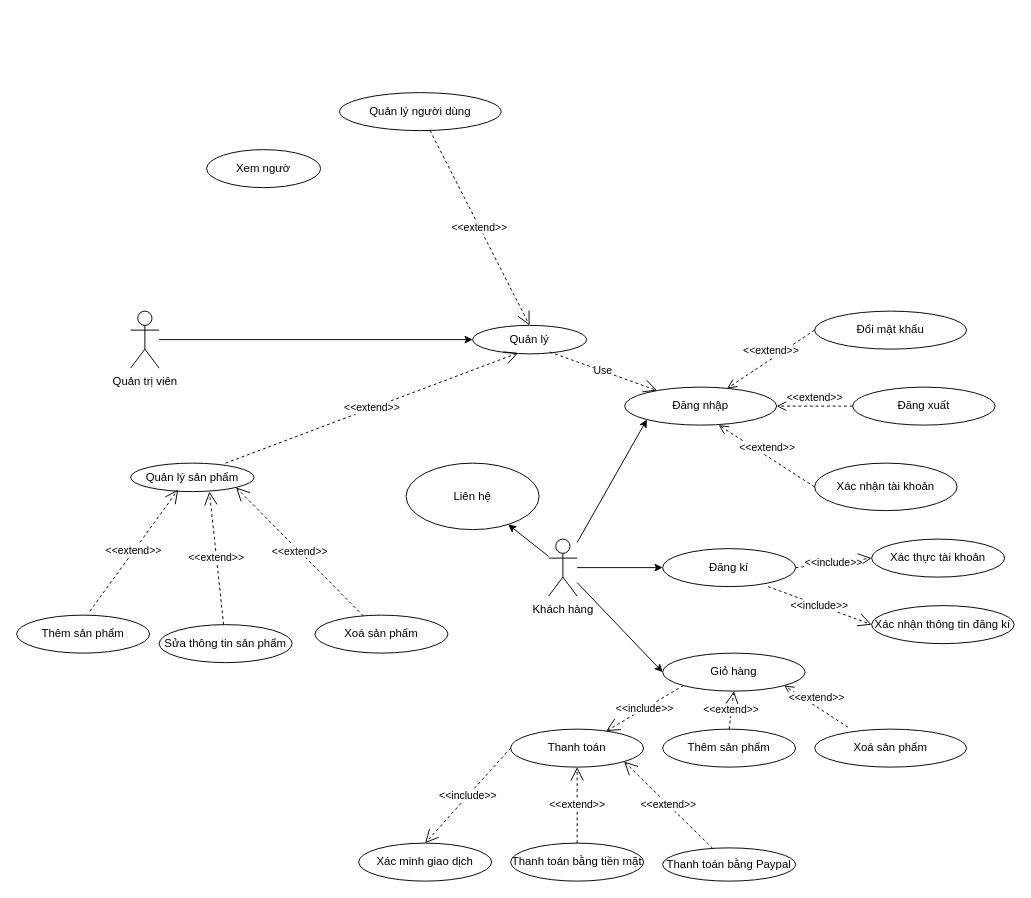
The draw.io diagram page "use case tổng quát" (1 of 29) of Biểu đồ không có tiêu đề.drawio in anhduy7723/api_auth, before the edit. Source tidied: cells renumbered, new cells numbered last; positions are measured from the earlier drawing's top-left corner, leaving out a move shared by most shapes. Both pictures are drawn from the tidied source at 95%, with x=0, y=0 at pixel (16, 92).
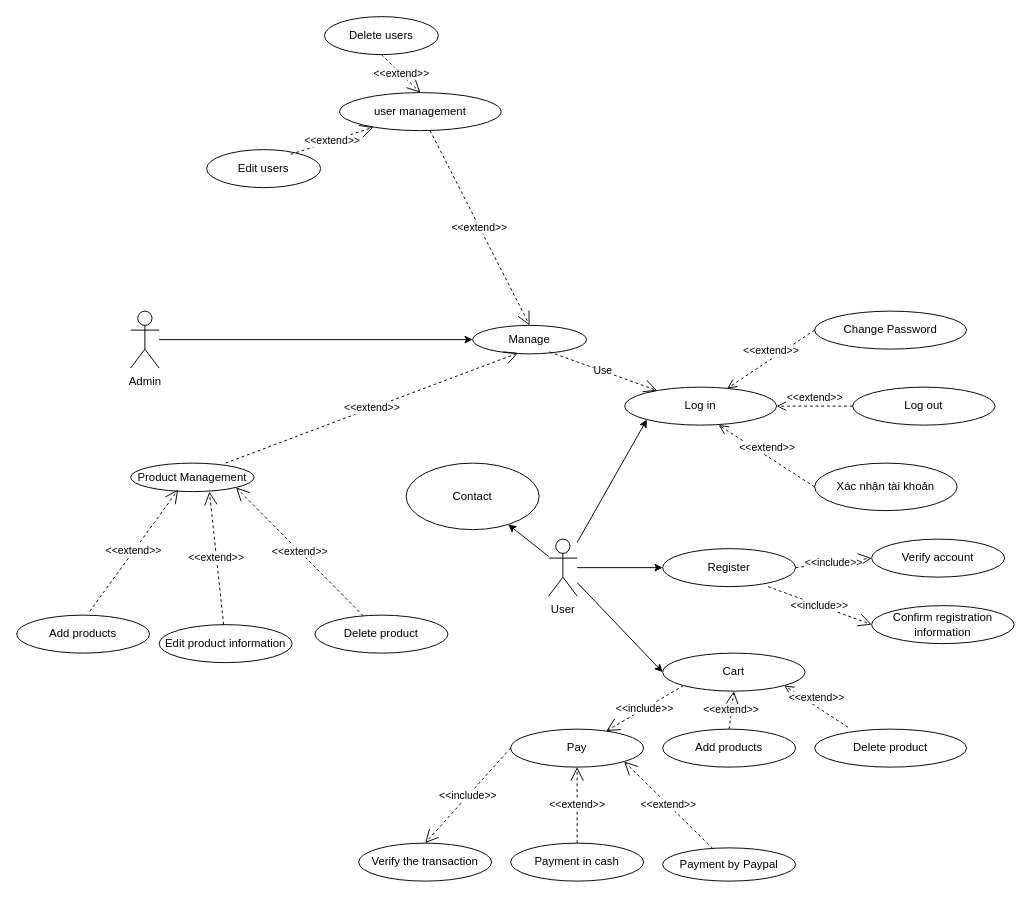
The same page after the edit.

Change to the diagram source:
```diff
@@
-    <mxCell id="3" value="Quản trị viên" style="shape=umlActor;verticalLabelPosition=bottom;verticalAlign=top;html=1;outlineConnect=0;" parent="1" vertex="1">
+    <mxCell id="3" value="Admin" style="shape=umlActor;verticalLabelPosition=bottom;verticalAlign=top;html=1;outlineConnect=0;" parent="1" vertex="1">
       <mxGeometry x="120" y="230" width="30" height="60" as="geometry" />
     </mxCell>
-    <mxCell id="4" value="Quản lý" style="ellipse;whiteSpace=wrap;html=1;" parent="1" vertex="1">
+    <mxCell id="4" value="Manage" style="ellipse;whiteSpace=wrap;html=1;" parent="1" vertex="1">
       <mxGeometry x="480" y="245" width="120" height="30" as="geometry" />
     </mxCell>
-    <mxCell id="5" value="Quản lý sản phẩm" style="ellipse;whiteSpace=wrap;html=1;" parent="1" vertex="1">
+    <mxCell id="5" value="Product Management" style="ellipse;whiteSpace=wrap;html=1;" parent="1" vertex="1">
       <mxGeometry x="120" y="390" width="130" height="30" as="geometry" />
     </mxCell>
@@
-    <mxCell id="7" value="Thêm sản phẩm" style="ellipse;whiteSpace=wrap;html=1;" parent="1" vertex="1">
+    <mxCell id="7" value="Add products" style="ellipse;whiteSpace=wrap;html=1;" parent="1" vertex="1">
       <mxGeometry y="550" width="140" height="40" as="geometry" />
     </mxCell>
-    <mxCell id="8" value="Sửa thông tin sản phẩm" style="ellipse;whiteSpace=wrap;html=1;" parent="1" vertex="1">
+    <mxCell id="8" value="Edit product information" style="ellipse;whiteSpace=wrap;html=1;" parent="1" vertex="1">
       <mxGeometry x="150" y="560" width="140" height="40" as="geometry" />
     </mxCell>
-    <mxCell id="9" value="Xoá sản phẩm" style="ellipse;whiteSpace=wrap;html=1;" parent="1" vertex="1">
+    <mxCell id="9" value="Delete product" style="ellipse;whiteSpace=wrap;html=1;" parent="1" vertex="1">
       <mxGeometry x="314" y="550" width="140" height="40" as="geometry" />
     </mxCell>
@@
-    <mxCell id="13" value="Đăng nhập" style="ellipse;whiteSpace=wrap;html=1;" parent="1" vertex="1">
+    <mxCell id="13" value="Log in" style="ellipse;whiteSpace=wrap;html=1;" parent="1" vertex="1">
       <mxGeometry x="640" y="310" width="160" height="40" as="geometry" />
     </mxCell>
@@
-    <mxCell id="15" value="Đổi mật khẩu" style="ellipse;whiteSpace=wrap;html=1;" parent="1" vertex="1">
+    <mxCell id="15" value="Change Password" style="ellipse;whiteSpace=wrap;html=1;" parent="1" vertex="1">
       <mxGeometry x="840" y="230" width="160" height="40" as="geometry" />
     </mxCell>
-    <mxCell id="16" value="Đăng xuất" style="ellipse;whiteSpace=wrap;html=1;" parent="1" vertex="1">
+    <mxCell id="16" value="Log out" style="ellipse;whiteSpace=wrap;html=1;" parent="1" vertex="1">
       <mxGeometry x="880" y="310" width="150" height="40" as="geometry" />
     </mxCell>
@@
-    <mxCell id="25" value="Khách hàng" style="shape=umlActor;verticalLabelPosition=bottom;verticalAlign=top;html=1;" parent="1" vertex="1">
+    <mxCell id="25" value="User" style="shape=umlActor;verticalLabelPosition=bottom;verticalAlign=top;html=1;" parent="1" vertex="1">
       <mxGeometry x="560" y="470" width="30" height="60" as="geometry" />
     </mxCell>
-    <mxCell id="26" value="Đăng kí" style="ellipse;whiteSpace=wrap;html=1;" parent="1" vertex="1">
+    <mxCell id="26" value="Register" style="ellipse;whiteSpace=wrap;html=1;" parent="1" vertex="1">
       <mxGeometry x="680" y="480" width="140" height="40" as="geometry" />
     </mxCell>
-    <mxCell id="27" value="Giỏ hàng" style="ellipse;whiteSpace=wrap;html=1;" parent="1" vertex="1">
+    <mxCell id="27" value="Cart" style="ellipse;whiteSpace=wrap;html=1;" parent="1" vertex="1">
       <mxGeometry x="680" y="590" width="150" height="40" as="geometry" />
     </mxCell>
-    <mxCell id="28" value="Xác thực tài khoản" style="ellipse;whiteSpace=wrap;html=1;" parent="1" vertex="1">
+    <mxCell id="28" value="Verify account" style="ellipse;whiteSpace=wrap;html=1;" parent="1" vertex="1">
       <mxGeometry x="900" y="470" width="140" height="40" as="geometry" />
     </mxCell>
@@
-    <mxCell id="30" value="Xác nhận thông tin đăng kí" style="ellipse;whiteSpace=wrap;html=1;" parent="1" vertex="1">
+    <mxCell id="30" value="Confirm registration information" style="ellipse;whiteSpace=wrap;html=1;" parent="1" vertex="1">
       <mxGeometry x="900" y="540" width="150" height="40" as="geometry" />
     </mxCell>
@@
-    <mxCell id="32" value="Thanh toán" style="ellipse;whiteSpace=wrap;html=1;" parent="1" vertex="1">
+    <mxCell id="32" value="Pay" style="ellipse;whiteSpace=wrap;html=1;" parent="1" vertex="1">
       <mxGeometry x="520" y="670" width="140" height="40" as="geometry" />
     </mxCell>
-    <mxCell id="33" value="Thêm sản phẩm" style="ellipse;whiteSpace=wrap;html=1;" parent="1" vertex="1">
+    <mxCell id="33" value="Add products" style="ellipse;whiteSpace=wrap;html=1;" parent="1" vertex="1">
       <mxGeometry x="680" y="670" width="140" height="40" as="geometry" />
     </mxCell>
-    <mxCell id="34" value="Xoá sản phẩm" style="ellipse;whiteSpace=wrap;html=1;" parent="1" vertex="1">
+    <mxCell id="34" value="Delete product" style="ellipse;whiteSpace=wrap;html=1;" parent="1" vertex="1">
       <mxGeometry x="840" y="670" width="160" height="40" as="geometry" />
     </mxCell>
@@
-    <mxCell id="38" value="Xác minh giao dịch" style="ellipse;whiteSpace=wrap;html=1;" parent="1" vertex="1">
+    <mxCell id="38" value="Verify the transaction" style="ellipse;whiteSpace=wrap;html=1;" parent="1" vertex="1">
       <mxGeometry x="360" y="790" width="140" height="40" as="geometry" />
     </mxCell>
-    <mxCell id="39" value="Thanh toán bằng tiền mặt" style="ellipse;whiteSpace=wrap;html=1;" parent="1" vertex="1">
+    <mxCell id="39" value="Payment in cash" style="ellipse;whiteSpace=wrap;html=1;" parent="1" vertex="1">
       <mxGeometry x="520" y="790" width="140" height="40" as="geometry" />
     </mxCell>
-    <mxCell id="40" value="Thanh toán bằng Paypal" style="ellipse;whiteSpace=wrap;html=1;" parent="1" vertex="1">
+    <mxCell id="40" value="Payment by Paypal" style="ellipse;whiteSpace=wrap;html=1;" parent="1" vertex="1">
       <mxGeometry x="680" y="795" width="140" height="35" as="geometry" />
     </mxCell>
@@
-    <mxCell id="44" value="Liên hệ" style="ellipse;whiteSpace=wrap;html=1;" parent="1" vertex="1">
+    <mxCell id="44" value="Contact" style="ellipse;whiteSpace=wrap;html=1;" parent="1" vertex="1">
       <mxGeometry x="410" y="390" width="140" height="70" as="geometry" />
     </mxCell>
-    <mxCell id="45" value="Quản lý người dùng" style="ellipse;whiteSpace=wrap;html=1;" parent="1" vertex="1">
+    <mxCell id="45" value="user management" style="ellipse;whiteSpace=wrap;html=1;" parent="1" vertex="1">
       <mxGeometry x="340" width="170" height="40" as="geometry" />
     </mxCell>
@@
-    <mxCell id="47" value="Xem ngườ" style="ellipse;whiteSpace=wrap;html=1;" parent="1" vertex="1">
+    <mxCell id="47" value="Edit users" style="ellipse;whiteSpace=wrap;html=1;" parent="1" vertex="1">
       <mxGeometry x="200" y="60" width="120" height="40" as="geometry" />
     </mxCell>
+    <mxCell id="48" value="Delete users" style="ellipse;whiteSpace=wrap;html=1;" parent="1" vertex="1">
+      <mxGeometry x="324" y="-80" width="120" height="40" as="geometry" />
+    </mxCell>
+    <mxCell id="49" value="&amp;lt;&amp;lt;extend&amp;gt;&amp;gt;" style="endArrow=open;endSize=12;dashed=1;html=1;rounded=0;exitX=0.738;exitY=0.125;exitDx=0;exitDy=0;exitPerimeter=0;" parent="1" edge="1" source="47" target="45">
+      <mxGeometry relative="1" as="geometry" />
+    </mxCell>
+    <mxCell id="50" value="&amp;lt;&amp;lt;extend&amp;gt;&amp;gt;" style="endArrow=open;endSize=12;dashed=1;html=1;rounded=0;entryX=0.5;entryY=0;entryDx=0;entryDy=0;exitX=0.5;exitY=1;exitDx=0;exitDy=0;" parent="1" edge="1" source="48" target="45">
+      <mxGeometry relative="1" as="geometry" />
+    </mxCell>
```
